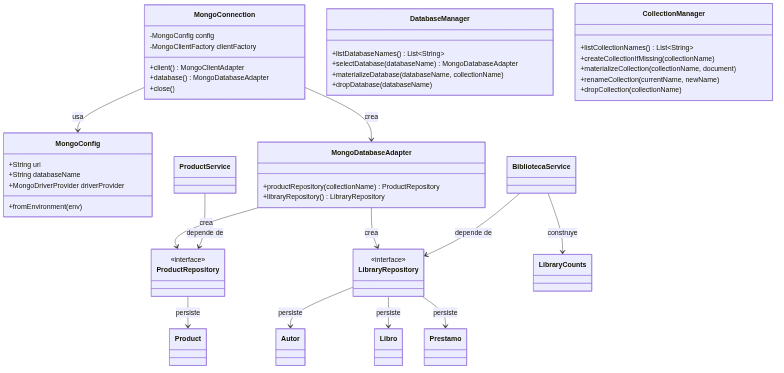
Before: doc/assets/taller_mongodb/diagrama-clases.png, a diagram exported from Mermaid (revilofe/2526_PRO_U8_TallerMongo). Its source is kept beside it as doc/assets/taller_mongodb/diagrama-clases.mmd.
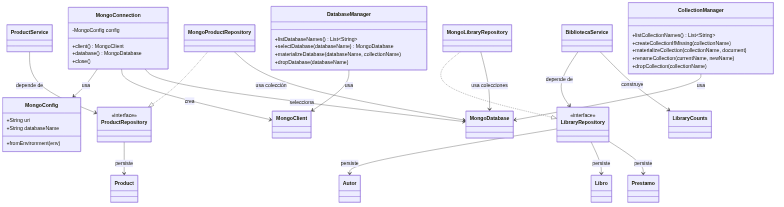
After the commit.

The edit, as a diff of the source:
```diff
@@ -2,21 +2,19 @@
     class MongoConfig {
         +String uri
         +String databaseName
-        +MongoDriverProvider driverProvider
         +fromEnvironment(env)
     }
 
     class MongoConnection {
         -MongoConfig config
-        -MongoClientFactory clientFactory
-        +client() MongoClientAdapter
-        +database() MongoDatabaseAdapter
+        +client() MongoClient
+        +database() MongoDatabase
         +close()
     }
 
     class DatabaseManager {
         +listDatabaseNames() List~String~
-        +selectDatabase(databaseName) MongoDatabaseAdapter
+        +selectDatabase(databaseName) MongoDatabase
         +materializeDatabase(databaseName, collectionName)
         +dropDatabase(databaseName)
     }
@@ -37,10 +35,10 @@
     class LibraryRepository {
         <<interface>>
     }
-    class MongoDatabaseAdapter {
-        +productRepository(collectionName) ProductRepository
-        +libraryRepository() LibraryRepository
-    }
+    class MongoProductRepository
+    class MongoLibraryRepository
+    class MongoClient
+    class MongoDatabase
     class Product
     class Autor
     class Libro
@@ -48,9 +46,14 @@
     class LibraryCounts
 
     MongoConnection --> MongoConfig : usa
-    MongoConnection --> MongoDatabaseAdapter : crea
-    MongoDatabaseAdapter --> ProductRepository : crea
-    MongoDatabaseAdapter --> LibraryRepository : crea
+    MongoConnection --> MongoClient : crea
+    MongoConnection --> MongoDatabase : selecciona
+    DatabaseManager --> MongoClient : usa
+    CollectionManager --> MongoDatabase : usa
+    MongoProductRepository ..|> ProductRepository
+    MongoLibraryRepository ..|> LibraryRepository
+    MongoProductRepository --> MongoDatabase : usa colección
+    MongoLibraryRepository --> MongoDatabase : usa colecciones
     ProductService --> ProductRepository : depende de
     BibliotecaService --> LibraryRepository : depende de
     ProductRepository --> Product : persiste
```
